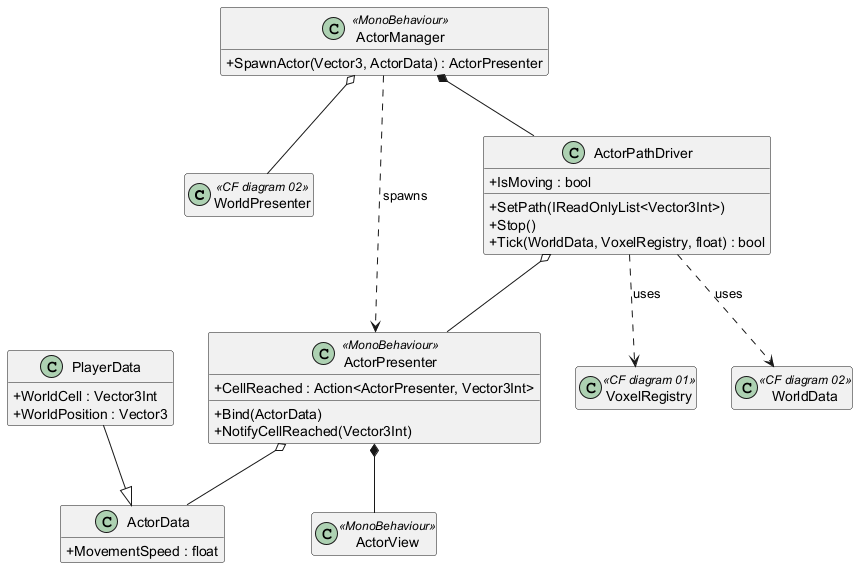
This is Architecture/diagrams/Actor System.png from EreliaStudio/Erelia, a PlantUML export, as it was before one commit. The source it was exported from:
```plantuml
@startuml Actor System

skinparam classAttributeIconSize 0
hide empty members

class WorldPresenter <<CF diagram 02>> {}
class WorldData <<CF diagram 02>> {}
class VoxelRegistry <<CF diagram 01>> {}

class ActorData {
  +MovementSpeed : float
}

class PlayerData {
  +WorldCell : Vector3Int
  +WorldPosition : Vector3
}

class ActorView <<MonoBehaviour>> {}

class ActorPresenter <<MonoBehaviour>> {
  +CellReached : Action<ActorPresenter, Vector3Int>
  +Bind(ActorData)
  +NotifyCellReached(Vector3Int)
}

class ActorPathDriver {
  +IsMoving : bool
  +SetPath(IReadOnlyList<Vector3Int>)
  +Stop()
  +Tick(WorldData, VoxelRegistry, float) : bool
}

class ActorManager <<MonoBehaviour>> {
  +SpawnActor(Vector3, ActorData) : ActorPresenter
}

PlayerData --|> ActorData
ActorPresenter *-- ActorView
ActorPresenter o-- ActorData
ActorPathDriver o-- ActorPresenter
ActorPathDriver ..> WorldData : uses
ActorPathDriver ..> VoxelRegistry : uses
ActorManager *-- ActorPathDriver
ActorManager ..> ActorPresenter : spawns
ActorManager o-- WorldPresenter

@enduml
```
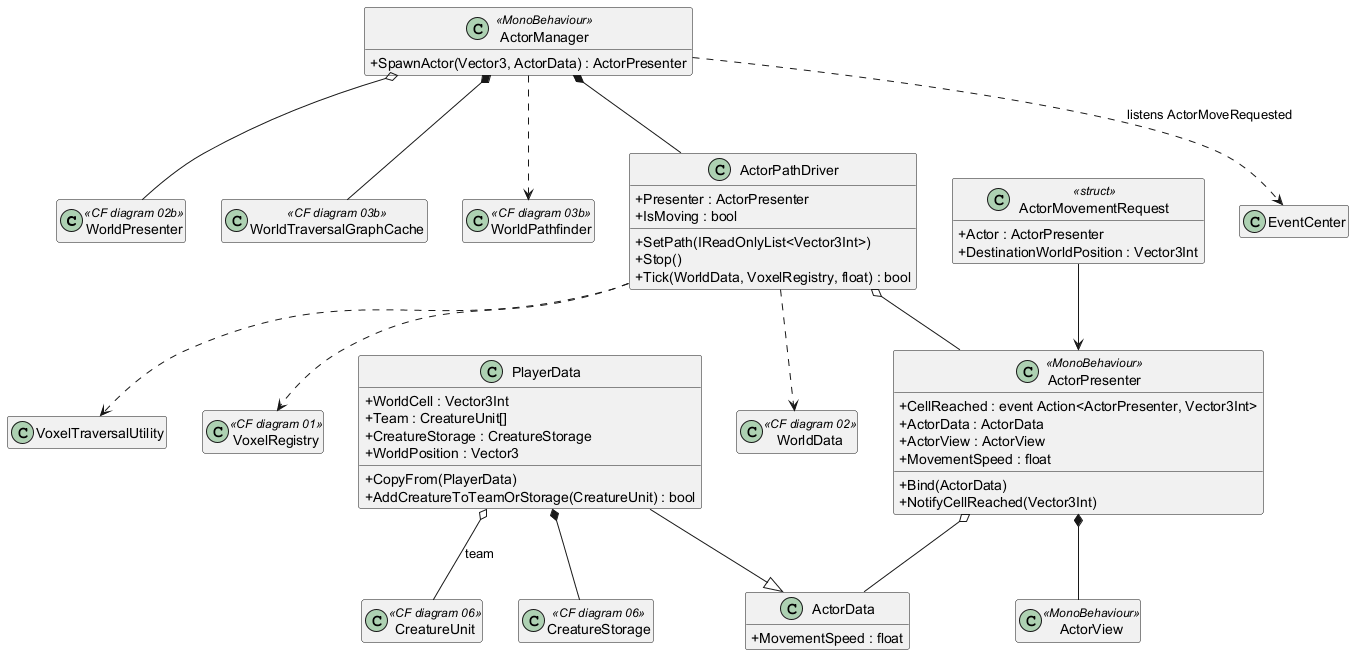
The same file after the commit.

Change to the diagram source:
```diff
@@ -1,11 +1,16 @@
 @startuml Actor System
 
 skinparam classAttributeIconSize 0
+skinparam shadowing false
 hide empty members
 
-class WorldPresenter <<CF diagram 02>> {}
+class WorldPresenter <<CF diagram 02b>> {}
 class WorldData <<CF diagram 02>> {}
 class VoxelRegistry <<CF diagram 01>> {}
+class WorldTraversalGraphCache <<CF diagram 03b>> {}
+class WorldPathfinder <<CF diagram 03b>> {}
+class CreatureUnit <<CF diagram 06>> {}
+class CreatureStorage <<CF diagram 06>> {}
 
 class ActorData {
   +MovementSpeed : float
@@ -13,18 +18,31 @@
 
 class PlayerData {
   +WorldCell : Vector3Int
+  +Team : CreatureUnit[]
+  +CreatureStorage : CreatureStorage
   +WorldPosition : Vector3
+  +CopyFrom(PlayerData)
+  +AddCreatureToTeamOrStorage(CreatureUnit) : bool
 }
 
-class ActorView <<MonoBehaviour>> {}
+class ActorMovementRequest <<struct>> {
+  +Actor : ActorPresenter
+  +DestinationWorldPosition : Vector3Int
+}
+
+class ActorView <<MonoBehaviour>>
 
 class ActorPresenter <<MonoBehaviour>> {
-  +CellReached : Action<ActorPresenter, Vector3Int>
+  +CellReached : event Action<ActorPresenter, Vector3Int>
+  +ActorData : ActorData
+  +ActorView : ActorView
+  +MovementSpeed : float
   +Bind(ActorData)
   +NotifyCellReached(Vector3Int)
 }
 
 class ActorPathDriver {
+  +Presenter : ActorPresenter
   +IsMoving : bool
   +SetPath(IReadOnlyList<Vector3Int>)
   +Stop()
@@ -36,13 +54,19 @@
 }
 
 PlayerData --|> ActorData
+PlayerData o-- CreatureUnit : team
+PlayerData *-- CreatureStorage
 ActorPresenter *-- ActorView
 ActorPresenter o-- ActorData
 ActorPathDriver o-- ActorPresenter
-ActorPathDriver ..> WorldData : uses
-ActorPathDriver ..> VoxelRegistry : uses
+ActorPathDriver ..> WorldData
+ActorPathDriver ..> VoxelRegistry
+ActorPathDriver ..> VoxelTraversalUtility
+ActorManager o-- WorldPresenter
+ActorManager *-- WorldTraversalGraphCache
 ActorManager *-- ActorPathDriver
-ActorManager ..> ActorPresenter : spawns
-ActorManager o-- WorldPresenter
+ActorManager ..> WorldPathfinder
+ActorManager ..> EventCenter : listens ActorMoveRequested
+ActorMovementRequest --> ActorPresenter
 
 @enduml
```
